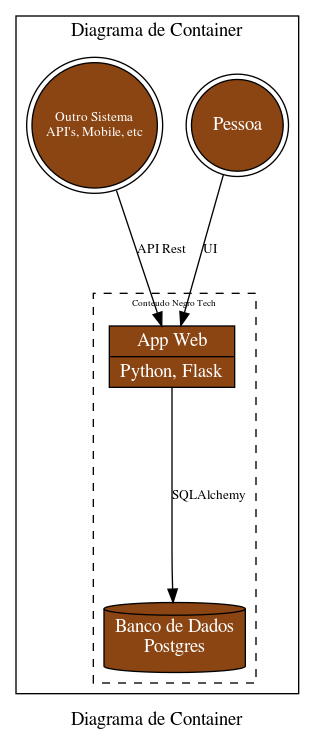
Before: arquitetura/diagrama-container.png, a diagram exported from Graphviz (NegraTec/conteudo-tech-negro). Its source is kept beside it as arquitetura/diagrama-container.dot.
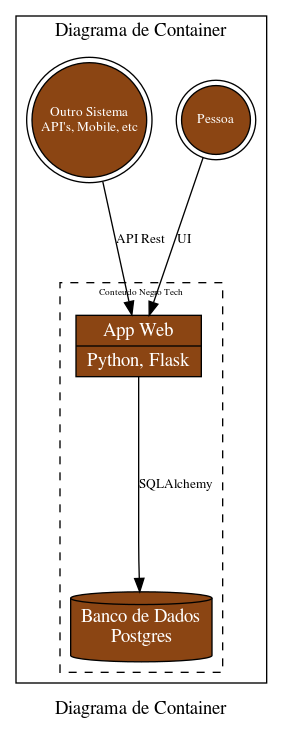
After the commit.

Commit message:
Atualiza diagramas

Change to the diagram source:
```diff
@@ -3,8 +3,8 @@
 
 	subgraph cluster_principal {
 		node[shape=record,style=filled,fillcolor=chocolate4,fontcolor=white]
-		pessoa[label="Pessoa",shape="doublecircle"]
-  		outroSistema[label="Outro Sistema\nAPI's, Mobile, etc", shape="doublecircle",width=1.3,fixedsize=true,fontsize="10.0"]
+		pessoa[label="Pessoa",shape="doublecircle", fontsize="10.0"]
+  		outroSistema[label="Outro Sistema\nAPI's, Mobile, etc", shape="doublecircle",width=1.2,fixedsize=true,fontsize="10.0"]
 
   		subgraph cluster_container {
   			style=dashed;
```
